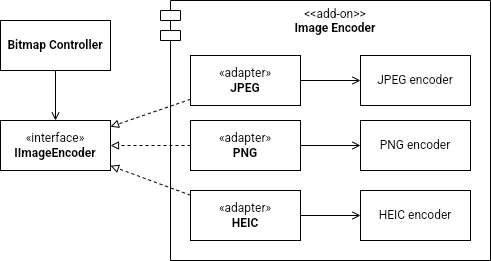
phunm211/SW-Associate-Architecture keeps this draw.io diagram as CA/QA_03.drawio.png. Above is the earlier version. Source tidied: cells renumbered, new cells last; positions are measured from the earlier drawing's top-left corner, leaving out a move shared by most shapes. Source of this version:
```xml
<mxGraphModel>
  <root>
    <mxCell id="0" />
    <mxCell id="1" parent="0" />
    <mxCell id="2" value="&amp;lt;&amp;lt;add-on&amp;gt;&amp;gt;&lt;br&gt;&lt;b&gt;Image Encoder&lt;/b&gt;" style="shape=module;align=left;spacingLeft=20;align=center;verticalAlign=top;whiteSpace=wrap;html=1;" parent="1" vertex="1">
      <mxGeometry x="160" width="330" height="260" as="geometry" />
    </mxCell>
    <mxCell id="3" value="«interface»&lt;br&gt;&lt;b&gt;IImageEncoder&lt;/b&gt;" style="html=1;whiteSpace=wrap;" parent="1" vertex="1">
      <mxGeometry y="120" width="110" height="50" as="geometry" />
    </mxCell>
    <mxCell id="4" style="rounded=0;jettySize=auto;html=1;dashed=1;endArrow=block;endFill=0;" parent="1" edge="1" source="6" target="3">
      <mxGeometry relative="1" as="geometry" />
    </mxCell>
    <mxCell id="5" style="edgeStyle=none;rounded=0;jettySize=auto;html=1;endArrow=open;endFill=0;" parent="1" edge="1" source="6" target="13">
      <mxGeometry relative="1" as="geometry" />
    </mxCell>
    <mxCell id="6" value="«adapter»&lt;br&gt;&lt;b&gt;JPEG&lt;/b&gt;" style="html=1;whiteSpace=wrap;" parent="1" vertex="1">
      <mxGeometry x="190" y="55" width="110" height="50" as="geometry" />
    </mxCell>
    <mxCell id="7" style="rounded=0;jettySize=auto;html=1;dashed=1;endArrow=block;endFill=0;" parent="1" edge="1" source="9" target="3">
      <mxGeometry relative="1" as="geometry" />
    </mxCell>
    <mxCell id="8" style="edgeStyle=none;rounded=0;jettySize=auto;html=1;endArrow=open;endFill=0;" parent="1" edge="1" source="9" target="15">
      <mxGeometry relative="1" as="geometry" />
    </mxCell>
    <mxCell id="9" value="«adapter»&lt;br&gt;&lt;b&gt;PNG&lt;/b&gt;" style="html=1;whiteSpace=wrap;" parent="1" vertex="1">
      <mxGeometry x="190" y="120" width="110" height="50" as="geometry" />
    </mxCell>
    <mxCell id="10" style="rounded=0;jettySize=auto;html=1;dashed=1;endArrow=block;endFill=0;" parent="1" edge="1" source="12" target="3">
      <mxGeometry relative="1" as="geometry" />
    </mxCell>
    <mxCell id="11" style="edgeStyle=none;rounded=0;jettySize=auto;html=1;endArrow=open;endFill=0;" parent="1" edge="1" source="12" target="14">
      <mxGeometry relative="1" as="geometry" />
    </mxCell>
    <mxCell id="12" value="«adapter»&lt;br&gt;&lt;b&gt;HEIC&lt;/b&gt;" style="html=1;whiteSpace=wrap;" parent="1" vertex="1">
      <mxGeometry x="190" y="190" width="110" height="50" as="geometry" />
    </mxCell>
    <mxCell id="13" value="JPEG encoder" style="html=1;whiteSpace=wrap;" parent="1" vertex="1">
      <mxGeometry x="360" y="55" width="110" height="50" as="geometry" />
    </mxCell>
    <mxCell id="14" value="HEIC encoder" style="html=1;whiteSpace=wrap;" parent="1" vertex="1">
      <mxGeometry x="360" y="190" width="110" height="50" as="geometry" />
    </mxCell>
    <mxCell id="15" value="PNG encoder" style="html=1;whiteSpace=wrap;" parent="1" vertex="1">
      <mxGeometry x="360" y="120" width="110" height="50" as="geometry" />
    </mxCell>
    <mxCell id="16" style="edgeStyle=none;rounded=0;jettySize=auto;html=1;endArrow=open;endFill=0;" parent="1" edge="1" source="17" target="3">
      <mxGeometry relative="1" as="geometry" />
    </mxCell>
    <mxCell id="17" value="Bitmap Controller" style="html=1;whiteSpace=wrap;fontStyle=1;" parent="1" vertex="1">
      <mxGeometry y="20" width="110" height="50" as="geometry" />
    </mxCell>
  </root>
</mxGraphModel>
```
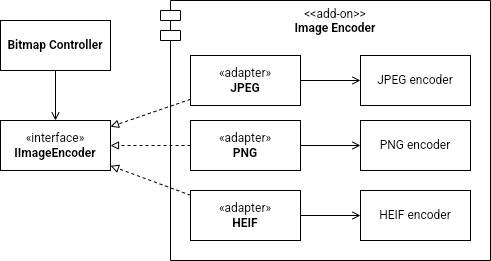
After the commit.

The edit, as a diff of the source:
```diff
@@ -32,13 +32,13 @@
     <mxCell id="11" style="edgeStyle=none;rounded=0;jettySize=auto;html=1;endArrow=open;endFill=0;" parent="1" edge="1" source="12" target="14">
       <mxGeometry relative="1" as="geometry" />
     </mxCell>
-    <mxCell id="12" value="«adapter»&lt;br&gt;&lt;b&gt;HEIC&lt;/b&gt;" style="html=1;whiteSpace=wrap;" parent="1" vertex="1">
+    <mxCell id="12" value="«adapter»&lt;br&gt;&lt;b&gt;HEIF&lt;/b&gt;" style="html=1;whiteSpace=wrap;" parent="1" vertex="1">
       <mxGeometry x="190" y="190" width="110" height="50" as="geometry" />
     </mxCell>
     <mxCell id="13" value="JPEG encoder" style="html=1;whiteSpace=wrap;" parent="1" vertex="1">
       <mxGeometry x="360" y="55" width="110" height="50" as="geometry" />
     </mxCell>
-    <mxCell id="14" value="HEIC encoder" style="html=1;whiteSpace=wrap;" parent="1" vertex="1">
+    <mxCell id="14" value="HEIF encoder" style="html=1;whiteSpace=wrap;" parent="1" vertex="1">
       <mxGeometry x="360" y="190" width="110" height="50" as="geometry" />
     </mxCell>
     <mxCell id="15" value="PNG encoder" style="html=1;whiteSpace=wrap;" parent="1" vertex="1">
```
